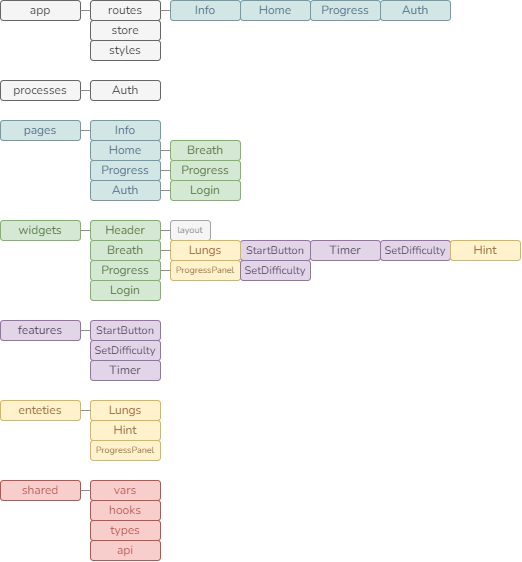
The draw.io diagram public/breath-structure.drawio.png in AlexandrKataev/breath-react, before a commit. Source tidied: cells renumbered, new cells last; positions are measured from the earlier drawing's top-left corner, leaving out a move shared by most shapes.
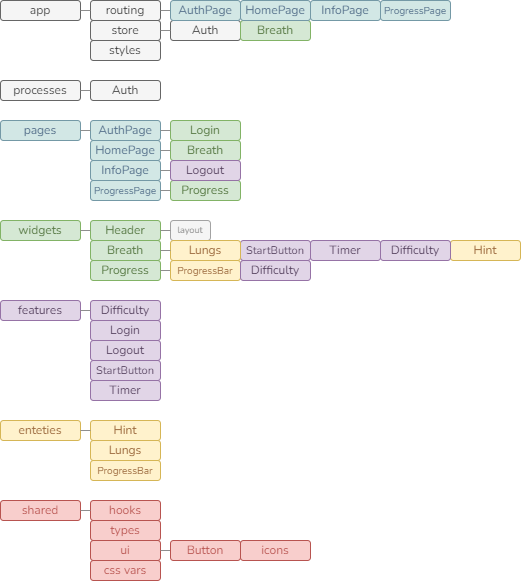
After the commit.

What changed in the source:
```diff
@@ -12,13 +12,13 @@
       <mxGeometry y="120" width="80" height="20" as="geometry" />
     </mxCell>
     <mxCell id="5" value="features" style="rounded=1;whiteSpace=wrap;html=1;fillColor=#e1d5e7;strokeColor=#9673a6;fontFamily=Nunito;fontSource=https%3A%2F%2Ffonts.googleapis.com%2Fcss%3Ffamily%3DNunito;fontColor=#55415E;" parent="1" vertex="1">
-      <mxGeometry y="320" width="80" height="20" as="geometry" />
+      <mxGeometry y="300" width="80" height="20" as="geometry" />
     </mxCell>
     <mxCell id="6" value="enteties" style="rounded=1;whiteSpace=wrap;html=1;fillColor=#fff2cc;strokeColor=#d6b656;fontFamily=Nunito;fontSource=https%3A%2F%2Ffonts.googleapis.com%2Fcss%3Ffamily%3DNunito;fontColor=#9C6A3E;" parent="1" vertex="1">
-      <mxGeometry y="400" width="80" height="20" as="geometry" />
+      <mxGeometry y="420" width="80" height="20" as="geometry" />
     </mxCell>
     <mxCell id="7" value="shared" style="rounded=1;whiteSpace=wrap;html=1;fontFamily=Nunito;fontSource=https%3A%2F%2Ffonts.googleapis.com%2Fcss%3Ffamily%3DNunito;fillColor=#f8cecc;strokeColor=#b85450;fontColor=#B85450;" parent="1" vertex="1">
-      <mxGeometry y="480" width="80" height="20" as="geometry" />
+      <mxGeometry y="500" width="80" height="20" as="geometry" />
     </mxCell>
     <mxCell id="8" value="store" style="rounded=1;whiteSpace=wrap;html=1;fontFamily=Nunito;fontSource=https%3A%2F%2Ffonts.googleapis.com%2Fcss%3Ffamily%3DNunito;fillColor=#f5f5f5;fontColor=#333333;strokeColor=#666666;" parent="1" vertex="1">
       <mxGeometry x="90" y="20" width="70" height="20" as="geometry" />
@@ -26,38 +26,38 @@
     <mxCell id="9" value="styles" style="rounded=1;whiteSpace=wrap;html=1;fontFamily=Nunito;fontSource=https%3A%2F%2Ffonts.googleapis.com%2Fcss%3Ffamily%3DNunito;fillColor=#f5f5f5;fontColor=#333333;strokeColor=#666666;" parent="1" vertex="1">
       <mxGeometry x="90" y="40" width="70" height="20" as="geometry" />
     </mxCell>
-    <mxCell id="10" value="routes" style="rounded=1;whiteSpace=wrap;html=1;fontFamily=Nunito;fontSource=https%3A%2F%2Ffonts.googleapis.com%2Fcss%3Ffamily%3DNunito;fillColor=#f5f5f5;fontColor=#333333;strokeColor=#666666;" parent="1" vertex="1">
+    <mxCell id="10" value="routing" style="rounded=1;whiteSpace=wrap;html=1;fontFamily=Nunito;fontSource=https%3A%2F%2Ffonts.googleapis.com%2Fcss%3Ffamily%3DNunito;fillColor=#f5f5f5;fontColor=#333333;strokeColor=#666666;" parent="1" vertex="1">
       <mxGeometry x="90" width="70" height="20" as="geometry" />
     </mxCell>
-    <mxCell id="11" value="Info" style="rounded=1;whiteSpace=wrap;html=1;fontFamily=Nunito;fontSource=https%3A%2F%2Ffonts.googleapis.com%2Fcss%3Ffamily%3DNunito;fillColor=#D2E7E5;strokeColor=#7499A6;fontColor=#57728C;" parent="1" vertex="1">
-      <mxGeometry x="90" y="120" width="70" height="20" as="geometry" />
+    <mxCell id="11" value="InfoPage" style="rounded=1;whiteSpace=wrap;html=1;fontFamily=Nunito;fontSource=https%3A%2F%2Ffonts.googleapis.com%2Fcss%3Ffamily%3DNunito;fillColor=#D2E7E5;strokeColor=#7499A6;fontColor=#57728C;" parent="1" vertex="1">
+      <mxGeometry x="90" y="160" width="70" height="20" as="geometry" />
     </mxCell>
-    <mxCell id="12" value="Home" style="rounded=1;whiteSpace=wrap;html=1;fontFamily=Nunito;fontSource=https%3A%2F%2Ffonts.googleapis.com%2Fcss%3Ffamily%3DNunito;fillColor=#D2E7E5;strokeColor=#7499A6;fontColor=#57728C;" parent="1" vertex="1">
+    <mxCell id="12" value="HomePage" style="rounded=1;whiteSpace=wrap;html=1;fontFamily=Nunito;fontSource=https%3A%2F%2Ffonts.googleapis.com%2Fcss%3Ffamily%3DNunito;fillColor=#D2E7E5;strokeColor=#7499A6;fontColor=#57728C;" parent="1" vertex="1">
       <mxGeometry x="90" y="140" width="70" height="20" as="geometry" />
     </mxCell>
-    <mxCell id="13" value="Progress" style="rounded=1;whiteSpace=wrap;html=1;fontFamily=Nunito;fontSource=https%3A%2F%2Ffonts.googleapis.com%2Fcss%3Ffamily%3DNunito;fillColor=#D2E7E5;strokeColor=#7499A6;fontColor=#57728C;" parent="1" vertex="1">
-      <mxGeometry x="90" y="160" width="70" height="20" as="geometry" />
+    <mxCell id="13" value="ProgressPage" style="rounded=1;whiteSpace=wrap;html=1;fontFamily=Nunito;fontSource=https%3A%2F%2Ffonts.googleapis.com%2Fcss%3Ffamily%3DNunito;fillColor=#D2E7E5;strokeColor=#7499A6;fontColor=#57728C;fontSize=10;" parent="1" vertex="1">
+      <mxGeometry x="90" y="180" width="70" height="20" as="geometry" />
     </mxCell>
-    <mxCell id="14" value="SetDifficulty" style="rounded=1;whiteSpace=wrap;html=1;fillColor=#e1d5e7;strokeColor=#9673a6;fontFamily=Nunito;fontSource=https%3A%2F%2Ffonts.googleapis.com%2Fcss%3Ffamily%3DNunito;fontColor=#55415E;fontSize=11;" parent="1" vertex="1">
-      <mxGeometry x="90" y="340" width="70" height="20" as="geometry" />
+    <mxCell id="14" value="Difficulty" style="rounded=1;whiteSpace=wrap;html=1;fillColor=#e1d5e7;strokeColor=#9673a6;fontFamily=Nunito;fontSource=https%3A%2F%2Ffonts.googleapis.com%2Fcss%3Ffamily%3DNunito;fontColor=#55415E;fontSize=12;" parent="1" vertex="1">
+      <mxGeometry x="90" y="300" width="70" height="20" as="geometry" />
     </mxCell>
     <mxCell id="15" value="Lungs" style="rounded=1;whiteSpace=wrap;html=1;fillColor=#fff2cc;strokeColor=#d6b656;fontFamily=Nunito;fontSource=https%3A%2F%2Ffonts.googleapis.com%2Fcss%3Ffamily%3DNunito;fontColor=#9C6A3E;" parent="1" vertex="1">
-      <mxGeometry x="90" y="400" width="70" height="20" as="geometry" />
+      <mxGeometry x="90" y="440" width="70" height="20" as="geometry" />
     </mxCell>
     <mxCell id="16" value="StartButton" style="rounded=1;whiteSpace=wrap;html=1;fillColor=#e1d5e7;strokeColor=#9673a6;fontFamily=Nunito;fontSource=https%3A%2F%2Ffonts.googleapis.com%2Fcss%3Ffamily%3DNunito;fontColor=#55415E;fontSize=11;" parent="1" vertex="1">
-      <mxGeometry x="90" y="320" width="70" height="20" as="geometry" />
+      <mxGeometry x="90" y="360" width="70" height="20" as="geometry" />
     </mxCell>
     <mxCell id="17" value="Hint" style="rounded=1;whiteSpace=wrap;html=1;fillColor=#fff2cc;strokeColor=#d6b656;fontFamily=Nunito;fontSource=https%3A%2F%2Ffonts.googleapis.com%2Fcss%3Ffamily%3DNunito;fontColor=#9C6A3E;" parent="1" vertex="1">
       <mxGeometry x="90" y="420" width="70" height="20" as="geometry" />
     </mxCell>
-    <mxCell id="18" value="ProgressPanel" style="rounded=1;whiteSpace=wrap;html=1;fillColor=#fff2cc;strokeColor=#d6b656;fontFamily=Nunito;fontSource=https%3A%2F%2Ffonts.googleapis.com%2Fcss%3Ffamily%3DNunito;fontColor=#9C6A3E;fontSize=9;" parent="1" vertex="1">
-      <mxGeometry x="90" y="440" width="70" height="20" as="geometry" />
+    <mxCell id="18" value="ProgressBar" style="rounded=1;whiteSpace=wrap;html=1;fillColor=#fff2cc;strokeColor=#d6b656;fontFamily=Nunito;fontSource=https%3A%2F%2Ffonts.googleapis.com%2Fcss%3Ffamily%3DNunito;fontColor=#9C6A3E;fontSize=10;" parent="1" vertex="1">
+      <mxGeometry x="90" y="460" width="70" height="20" as="geometry" />
     </mxCell>
     <mxCell id="19" value="Auth" style="rounded=1;whiteSpace=wrap;html=1;fontFamily=Nunito;fontSource=https%3A%2F%2Ffonts.googleapis.com%2Fcss%3Ffamily%3DNunito;fillColor=#f5f5f5;fontColor=#333333;strokeColor=#666666;" parent="1" vertex="1">
       <mxGeometry x="90" y="80" width="70" height="20" as="geometry" />
     </mxCell>
-    <mxCell id="20" value="vars" style="rounded=1;whiteSpace=wrap;html=1;fontFamily=Nunito;fontSource=https%3A%2F%2Ffonts.googleapis.com%2Fcss%3Ffamily%3DNunito;fillColor=#f8cecc;strokeColor=#b85450;fontColor=#B85450;" parent="1" vertex="1">
-      <mxGeometry x="90" y="480" width="70" height="20" as="geometry" />
+    <mxCell id="20" value="css vars" style="rounded=1;whiteSpace=wrap;html=1;fontFamily=Nunito;fontSource=https%3A%2F%2Ffonts.googleapis.com%2Fcss%3Ffamily%3DNunito;fillColor=#f8cecc;strokeColor=#b85450;fontColor=#B85450;" parent="1" vertex="1">
+      <mxGeometry x="90" y="560" width="70" height="20" as="geometry" />
     </mxCell>
     <mxCell id="21" value="hooks" style="rounded=1;whiteSpace=wrap;html=1;fontFamily=Nunito;fontSource=https%3A%2F%2Ffonts.googleapis.com%2Fcss%3Ffamily%3DNunito;fillColor=#f8cecc;strokeColor=#b85450;fontColor=#B85450;" parent="1" vertex="1">
       <mxGeometry x="90" y="500" width="70" height="20" as="geometry" />
@@ -74,8 +74,8 @@
     <mxCell id="25" value="processes" style="rounded=1;whiteSpace=wrap;html=1;fontFamily=Nunito;fontSource=https%3A%2F%2Ffonts.googleapis.com%2Fcss%3Ffamily%3DNunito;fillColor=#f5f5f5;fontColor=#333333;strokeColor=#666666;" parent="1" vertex="1">
       <mxGeometry y="80" width="80" height="20" as="geometry" />
     </mxCell>
-    <mxCell id="26" value="Auth" style="rounded=1;whiteSpace=wrap;html=1;fontFamily=Nunito;fontSource=https%3A%2F%2Ffonts.googleapis.com%2Fcss%3Ffamily%3DNunito;fillColor=#D2E7E5;strokeColor=#7499A6;fontColor=#57728C;" parent="1" vertex="1">
-      <mxGeometry x="90" y="180" width="70" height="20" as="geometry" />
+    <mxCell id="26" value="AuthPage" style="rounded=1;whiteSpace=wrap;html=1;fontFamily=Nunito;fontSource=https%3A%2F%2Ffonts.googleapis.com%2Fcss%3Ffamily%3DNunito;fillColor=#D2E7E5;strokeColor=#7499A6;fontColor=#57728C;" parent="1" vertex="1">
+      <mxGeometry x="90" y="120" width="70" height="20" as="geometry" />
     </mxCell>
     <mxCell id="27" value="Breath" style="rounded=1;whiteSpace=wrap;html=1;fillColor=#d5e8d4;strokeColor=#82b366;fontFamily=Nunito;fontSource=https%3A%2F%2Ffonts.googleapis.com%2Fcss%3Ffamily%3DNunito;fontColor=#597A46;" parent="1" vertex="1">
       <mxGeometry x="90" y="240" width="70" height="20" as="geometry" />
@@ -84,59 +84,32 @@
       <mxGeometry x="90" y="260" width="70" height="20" as="geometry" />
     </mxCell>
     <mxCell id="29" value="Timer" style="rounded=1;whiteSpace=wrap;html=1;fillColor=#e1d5e7;strokeColor=#9673a6;fontFamily=Nunito;fontSource=https%3A%2F%2Ffonts.googleapis.com%2Fcss%3Ffamily%3DNunito;fontColor=#55415E;" parent="1" vertex="1">
-      <mxGeometry x="90" y="360" width="70" height="20" as="geometry" />
+      <mxGeometry x="90" y="380" width="70" height="20" as="geometry" />
     </mxCell>
-    <mxCell id="30" value="Login" style="rounded=1;whiteSpace=wrap;html=1;fillColor=#d5e8d4;strokeColor=#82b366;fontFamily=Nunito;fontSource=https%3A%2F%2Ffonts.googleapis.com%2Fcss%3Ffamily%3DNunito;fontColor=#597A46;" parent="1" vertex="1">
-      <mxGeometry x="90" y="280" width="70" height="20" as="geometry" />
-    </mxCell>
     <mxCell id="31" value="Breath" style="rounded=1;whiteSpace=wrap;html=1;glass=0;sketch=0;fontFamily=Nunito;fontSource=https%3A%2F%2Ffonts.googleapis.com%2Fcss%3Ffamily%3DNunito;fillColor=#d5e8d4;strokeColor=#82b366;fontColor=#597A46;" parent="1" vertex="1">
       <mxGeometry x="170" y="140" width="70" height="20" as="geometry" />
     </mxCell>
     <mxCell id="32" value="Progress" style="rounded=1;whiteSpace=wrap;html=1;glass=0;sketch=0;fontFamily=Nunito;fontSource=https%3A%2F%2Ffonts.googleapis.com%2Fcss%3Ffamily%3DNunito;fillColor=#d5e8d4;strokeColor=#82b366;fontColor=#597A46;" parent="1" vertex="1">
-      <mxGeometry x="170" y="160" width="70" height="20" as="geometry" />
+      <mxGeometry x="170" y="180" width="70" height="20" as="geometry" />
     </mxCell>
     <mxCell id="33" value="&lt;font color=&quot;#919191&quot; style=&quot;font-size: 9px;&quot;&gt;layout&lt;/font&gt;" style="rounded=1;whiteSpace=wrap;html=1;glass=0;sketch=0;fontFamily=Nunito;fontSource=https%3A%2F%2Ffonts.googleapis.com%2Fcss%3Ffamily%3DNunito;fillColor=#f5f5f5;fontColor=#333333;strokeColor=#A3A3A3;fontSize=9;" parent="1" vertex="1">
       <mxGeometry x="170" y="220" width="40" height="20" as="geometry" />
     </mxCell>
     <mxCell id="34" value="Login" style="rounded=1;whiteSpace=wrap;html=1;glass=0;sketch=0;fontFamily=Nunito;fontSource=https%3A%2F%2Ffonts.googleapis.com%2Fcss%3Ffamily%3DNunito;fillColor=#d5e8d4;strokeColor=#82b366;fontColor=#597A46;" parent="1" vertex="1">
-      <mxGeometry x="170" y="180" width="70" height="20" as="geometry" />
+      <mxGeometry x="170" y="120" width="70" height="20" as="geometry" />
     </mxCell>
-    <mxCell id="35" value="api" style="rounded=1;whiteSpace=wrap;html=1;fontFamily=Nunito;fontSource=https%3A%2F%2Ffonts.googleapis.com%2Fcss%3Ffamily%3DNunito;fillColor=#f8cecc;strokeColor=#b85450;fontColor=#B85450;" parent="1" vertex="1">
-      <mxGeometry x="90" y="540" width="70" height="20" as="geometry" />
-    </mxCell>
     <mxCell id="36" value="StartButton" style="rounded=1;whiteSpace=wrap;html=1;fillColor=#e1d5e7;strokeColor=#9673a6;fontFamily=Nunito;fontSource=https%3A%2F%2Ffonts.googleapis.com%2Fcss%3Ffamily%3DNunito;fontColor=#55415E;fontSize=11;" parent="1" vertex="1">
       <mxGeometry x="240" y="240" width="70" height="20" as="geometry" />
     </mxCell>
-    <mxCell id="37" value="ProgressPanel" style="rounded=1;whiteSpace=wrap;html=1;fillColor=#fff2cc;strokeColor=#d6b656;fontFamily=Nunito;fontSource=https%3A%2F%2Ffonts.googleapis.com%2Fcss%3Ffamily%3DNunito;fontColor=#9C6A3E;fontSize=9;" parent="1" vertex="1">
-      <mxGeometry x="170" y="260" width="70" height="20" as="geometry" />
-    </mxCell>
     <mxCell id="38" value="Lungs" style="rounded=1;whiteSpace=wrap;html=1;fillColor=#fff2cc;strokeColor=#d6b656;fontFamily=Nunito;fontSource=https%3A%2F%2Ffonts.googleapis.com%2Fcss%3Ffamily%3DNunito;fontColor=#9C6A3E;" parent="1" vertex="1">
       <mxGeometry x="170" y="240" width="70" height="20" as="geometry" />
     </mxCell>
     <mxCell id="39" value="Timer" style="rounded=1;whiteSpace=wrap;html=1;fillColor=#e1d5e7;strokeColor=#9673a6;fontFamily=Nunito;fontSource=https%3A%2F%2Ffonts.googleapis.com%2Fcss%3Ffamily%3DNunito;fontColor=#55415E;" parent="1" vertex="1">
       <mxGeometry x="310" y="240" width="70" height="20" as="geometry" />
     </mxCell>
-    <mxCell id="40" value="SetDifficulty" style="rounded=1;whiteSpace=wrap;html=1;fillColor=#e1d5e7;strokeColor=#9673a6;fontFamily=Nunito;fontSource=https%3A%2F%2Ffonts.googleapis.com%2Fcss%3Ffamily%3DNunito;fontColor=#55415E;fontSize=11;" parent="1" vertex="1">
-      <mxGeometry x="380" y="240" width="70" height="20" as="geometry" />
-    </mxCell>
-    <mxCell id="41" value="Info" style="rounded=1;whiteSpace=wrap;html=1;fontFamily=Nunito;fontSource=https%3A%2F%2Ffonts.googleapis.com%2Fcss%3Ffamily%3DNunito;fillColor=#D2E7E5;strokeColor=#7499A6;fontColor=#57728C;" parent="1" vertex="1">
-      <mxGeometry x="170" width="70" height="20" as="geometry" />
-    </mxCell>
-    <mxCell id="42" value="Home" style="rounded=1;whiteSpace=wrap;html=1;fontFamily=Nunito;fontSource=https%3A%2F%2Ffonts.googleapis.com%2Fcss%3Ffamily%3DNunito;fillColor=#D2E7E5;strokeColor=#7499A6;fontColor=#57728C;" parent="1" vertex="1">
-      <mxGeometry x="240" width="70" height="20" as="geometry" />
-    </mxCell>
-    <mxCell id="43" value="Progress" style="rounded=1;whiteSpace=wrap;html=1;fontFamily=Nunito;fontSource=https%3A%2F%2Ffonts.googleapis.com%2Fcss%3Ffamily%3DNunito;fillColor=#D2E7E5;strokeColor=#7499A6;fontColor=#57728C;" parent="1" vertex="1">
-      <mxGeometry x="310" width="70" height="20" as="geometry" />
-    </mxCell>
-    <mxCell id="44" value="Auth" style="rounded=1;whiteSpace=wrap;html=1;fontFamily=Nunito;fontSource=https%3A%2F%2Ffonts.googleapis.com%2Fcss%3Ffamily%3DNunito;fillColor=#D2E7E5;strokeColor=#7499A6;fontColor=#57728C;" parent="1" vertex="1">
-      <mxGeometry x="380" width="70" height="20" as="geometry" />
-    </mxCell>
     <mxCell id="45" value="Hint" style="rounded=1;whiteSpace=wrap;html=1;fillColor=#fff2cc;strokeColor=#d6b656;fontFamily=Nunito;fontSource=https%3A%2F%2Ffonts.googleapis.com%2Fcss%3Ffamily%3DNunito;fontColor=#9C6A3E;" parent="1" vertex="1">
       <mxGeometry x="450" y="240" width="70" height="20" as="geometry" />
     </mxCell>
-    <mxCell id="46" value="SetDifficulty" style="rounded=1;whiteSpace=wrap;html=1;fillColor=#e1d5e7;strokeColor=#9673a6;fontFamily=Nunito;fontSource=https%3A%2F%2Ffonts.googleapis.com%2Fcss%3Ffamily%3DNunito;fontColor=#55415E;fontSize=11;" parent="1" vertex="1">
-      <mxGeometry x="240" y="260" width="70" height="20" as="geometry" />
-    </mxCell>
     <mxCell id="47" style="line;strokeWidth=1;strokeColor=#8F8F8F;fontSize=1;html=1;" parent="1" vertex="1">
       <mxGeometry x="160" y="145" width="10" height="10" as="geometry" />
     </mxCell>
@@ -171,13 +144,67 @@
       <mxGeometry x="80" y="225" width="10" height="10" as="geometry" />
     </mxCell>
     <mxCell id="58" style="line;strokeWidth=1;strokeColor=#8F8F8F;fontSize=1;html=1;" parent="1" vertex="1">
-      <mxGeometry x="80" y="325" width="10" height="10" as="geometry" />
+      <mxGeometry x="80" y="305" width="10" height="10" as="geometry" />
     </mxCell>
     <mxCell id="59" style="line;strokeWidth=1;strokeColor=#8F8F8F;fontSize=1;html=1;" parent="1" vertex="1">
-      <mxGeometry x="80" y="485" width="10" height="10" as="geometry" />
+      <mxGeometry x="80" y="505" width="10" height="10" as="geometry" />
     </mxCell>
     <mxCell id="60" style="line;strokeWidth=1;strokeColor=#8F8F8F;fontSize=1;html=1;" parent="1" vertex="1">
-      <mxGeometry x="80" y="405" width="10" height="10" as="geometry" />
+      <mxGeometry x="80" y="425" width="10" height="10" as="geometry" />
     </mxCell>
+    <mxCell id="61" value="ProgressBar" style="rounded=1;whiteSpace=wrap;html=1;fillColor=#fff2cc;strokeColor=#d6b656;fontFamily=Nunito;fontSource=https%3A%2F%2Ffonts.googleapis.com%2Fcss%3Ffamily%3DNunito;fontColor=#9C6A3E;fontSize=10;" parent="1" vertex="1">
+      <mxGeometry x="170" y="260" width="70" height="20" as="geometry" />
+    </mxCell>
+    <mxCell id="62" value="Difficulty" style="rounded=1;whiteSpace=wrap;html=1;fillColor=#e1d5e7;strokeColor=#9673a6;fontFamily=Nunito;fontSource=https%3A%2F%2Ffonts.googleapis.com%2Fcss%3Ffamily%3DNunito;fontColor=#55415E;fontSize=12;" parent="1" vertex="1">
+      <mxGeometry x="240" y="260" width="70" height="20" as="geometry" />
+    </mxCell>
+    <mxCell id="63" value="Difficulty" style="rounded=1;whiteSpace=wrap;html=1;fillColor=#e1d5e7;strokeColor=#9673a6;fontFamily=Nunito;fontSource=https%3A%2F%2Ffonts.googleapis.com%2Fcss%3Ffamily%3DNunito;fontColor=#55415E;fontSize=12;" parent="1" vertex="1">
+      <mxGeometry x="380" y="240" width="70" height="20" as="geometry" />
+    </mxCell>
+    <mxCell id="64" value="ui" style="rounded=1;whiteSpace=wrap;html=1;fontFamily=Nunito;fontSource=https%3A%2F%2Ffonts.googleapis.com%2Fcss%3Ffamily%3DNunito;fillColor=#f8cecc;strokeColor=#b85450;fontColor=#B85450;" parent="1" vertex="1">
+      <mxGeometry x="90" y="540" width="70" height="20" as="geometry" />
+    </mxCell>
+    <mxCell id="65" value="icons" style="rounded=1;whiteSpace=wrap;html=1;fontFamily=Nunito;fontSource=https%3A%2F%2Ffonts.googleapis.com%2Fcss%3Ffamily%3DNunito;fillColor=#f8cecc;strokeColor=#b85450;fontColor=#B85450;" parent="1" vertex="1">
+      <mxGeometry x="240" y="540" width="70" height="20" as="geometry" />
+    </mxCell>
+    <mxCell id="44" value="Auth" style="rounded=1;whiteSpace=wrap;html=1;fontFamily=Nunito;fontSource=https%3A%2F%2Ffonts.googleapis.com%2Fcss%3Ffamily%3DNunito;fillColor=#f5f5f5;fontColor=#333333;strokeColor=#666666;" parent="1" vertex="1">
+      <mxGeometry x="170" y="20" width="70" height="20" as="geometry" />
+    </mxCell>
+    <mxCell id="66" value="Breath" style="rounded=1;whiteSpace=wrap;html=1;fillColor=#d5e8d4;strokeColor=#82b366;fontFamily=Nunito;fontSource=https%3A%2F%2Ffonts.googleapis.com%2Fcss%3Ffamily%3DNunito;fontColor=#597A46;" parent="1" vertex="1">
+      <mxGeometry x="240" y="20" width="70" height="20" as="geometry" />
+    </mxCell>
+    <mxCell id="67" style="line;strokeWidth=1;strokeColor=#8F8F8F;fontSize=1;html=1;" parent="1" vertex="1">
+      <mxGeometry x="160" y="25" width="10" height="10" as="geometry" />
+    </mxCell>
+    <mxCell id="68" value="Logout" style="rounded=1;whiteSpace=wrap;html=1;fillColor=#e1d5e7;strokeColor=#9673a6;fontFamily=Nunito;fontSource=https%3A%2F%2Ffonts.googleapis.com%2Fcss%3Ffamily%3DNunito;fontColor=#55415E;" parent="1" vertex="1">
+      <mxGeometry x="90" y="340" width="70" height="20" as="geometry" />
+    </mxCell>
+    <mxCell id="69" value="Logout" style="rounded=1;whiteSpace=wrap;html=1;fillColor=#e1d5e7;strokeColor=#9673a6;fontFamily=Nunito;fontSource=https%3A%2F%2Ffonts.googleapis.com%2Fcss%3Ffamily%3DNunito;fontColor=#55415E;" parent="1" vertex="1">
+      <mxGeometry x="170" y="160" width="70" height="20" as="geometry" />
+    </mxCell>
+    <mxCell id="30" value="Login" style="rounded=1;whiteSpace=wrap;html=1;fillColor=#e1d5e7;strokeColor=#9673a6;fontFamily=Nunito;fontSource=https%3A%2F%2Ffonts.googleapis.com%2Fcss%3Ffamily%3DNunito;fontColor=#55415E;fontSize=12;" parent="1" vertex="1">
+      <mxGeometry x="90" y="320" width="70" height="20" as="geometry" />
+    </mxCell>
+    <mxCell id="70" style="line;strokeWidth=1;strokeColor=#8F8F8F;fontSize=1;html=1;" parent="1" vertex="1">
+      <mxGeometry x="160" y="125" width="10" height="10" as="geometry" />
+    </mxCell>
+    <mxCell id="71" value="AuthPage" style="rounded=1;whiteSpace=wrap;html=1;fontFamily=Nunito;fontSource=https%3A%2F%2Ffonts.googleapis.com%2Fcss%3Ffamily%3DNunito;fillColor=#D2E7E5;strokeColor=#7499A6;fontColor=#57728C;" parent="1" vertex="1">
+      <mxGeometry x="170" width="70" height="20" as="geometry" />
+    </mxCell>
+    <mxCell id="72" value="HomePage" style="rounded=1;whiteSpace=wrap;html=1;fontFamily=Nunito;fontSource=https%3A%2F%2Ffonts.googleapis.com%2Fcss%3Ffamily%3DNunito;fillColor=#D2E7E5;strokeColor=#7499A6;fontColor=#57728C;" parent="1" vertex="1">
+      <mxGeometry x="240" width="70" height="20" as="geometry" />
+    </mxCell>
+    <mxCell id="73" value="InfoPage" style="rounded=1;whiteSpace=wrap;html=1;fontFamily=Nunito;fontSource=https%3A%2F%2Ffonts.googleapis.com%2Fcss%3Ffamily%3DNunito;fillColor=#D2E7E5;strokeColor=#7499A6;fontColor=#57728C;" parent="1" vertex="1">
+      <mxGeometry x="310" width="70" height="20" as="geometry" />
+    </mxCell>
+    <mxCell id="74" value="ProgressPage" style="rounded=1;whiteSpace=wrap;html=1;fontFamily=Nunito;fontSource=https%3A%2F%2Ffonts.googleapis.com%2Fcss%3Ffamily%3DNunito;fillColor=#D2E7E5;strokeColor=#7499A6;fontColor=#57728C;fontSize=10;" parent="1" vertex="1">
+      <mxGeometry x="380" width="70" height="20" as="geometry" />
+    </mxCell>
+    <mxCell id="75" style="line;strokeWidth=1;strokeColor=#8F8F8F;fontSize=1;html=1;" parent="1" vertex="1">
+      <mxGeometry x="160" y="545" width="10" height="10" as="geometry" />
+    </mxCell>
+    <mxCell id="76" value="Button" style="rounded=1;whiteSpace=wrap;html=1;fontFamily=Nunito;fontSource=https%3A%2F%2Ffonts.googleapis.com%2Fcss%3Ffamily%3DNunito;fillColor=#f8cecc;strokeColor=#b85450;fontColor=#B85450;" parent="1" vertex="1">
+      <mxGeometry x="170" y="540" width="70" height="20" as="geometry" />
+    </mxCell>
   </root>
 </mxGraphModel>
```
